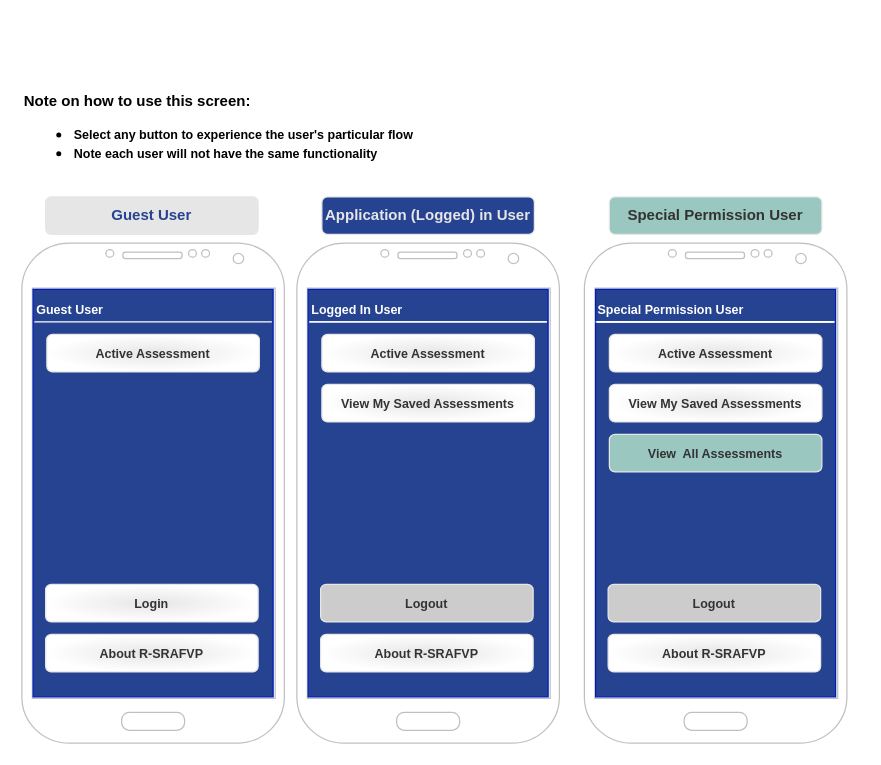
The draw.io diagram page "Main Screen" (2 of 15) of doc/models/rsrafvp ui wireframe.drawio in hedlichk/rsrafvp-app, before the edit. Source tidied: cells renumbered, new cells numbered last; positions are measured from the earlier drawing's top-left corner, leaving out a move shared by most shapes. Both pictures are drawn from the tidied source at 125%, with x=0, y=0 at pixel (21, 84).
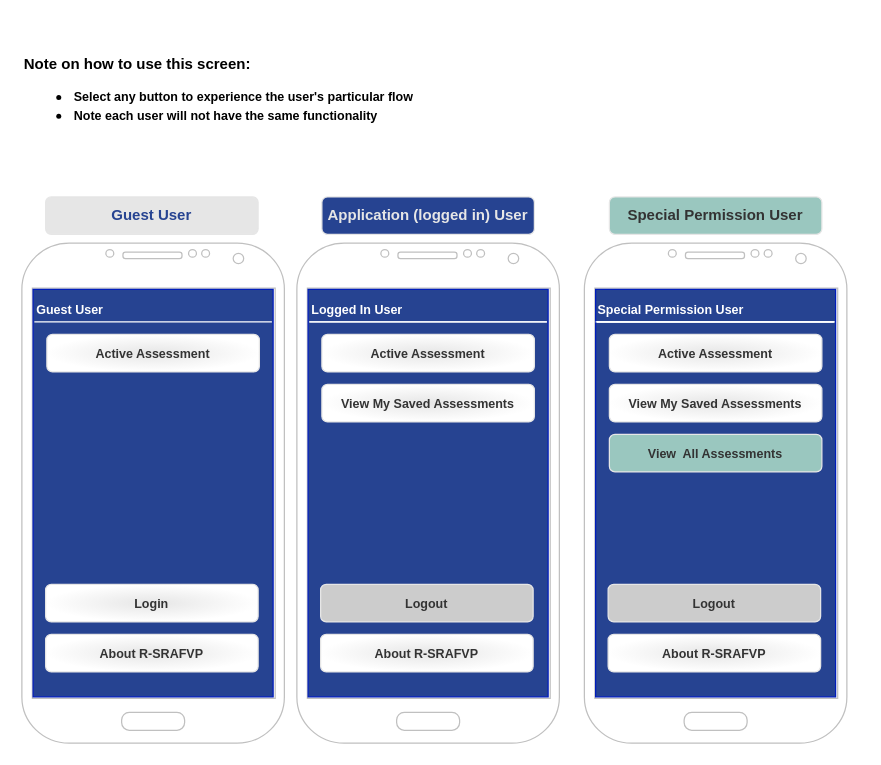
Above is the later version.

The edit, as a diff of the source:
```diff
@@
-    <mxCell id="15" value="Application (Logged) in User" style="rounded=1;html=1;shadow=0;dashed=0;whiteSpace=wrap;fontSize=12;fillColor=#264391;align=center;strokeColor=#E6E6E6;fontColor=#E6E6E6;fontStyle=1;" parent="1" vertex="1">
+    <mxCell id="15" value="Application (logged in) User" style="rounded=1;html=1;shadow=0;dashed=0;whiteSpace=wrap;fontSize=12;fillColor=#264391;align=center;strokeColor=#E6E6E6;fontColor=#E6E6E6;fontStyle=1;" parent="1" vertex="1">
       <mxGeometry x="240" y="90" width="170" height="30" as="geometry" />
     </mxCell>
@@
     <mxCell id="35" value="&lt;b&gt;&lt;font style=&quot;font-size: 12px&quot;&gt;Note on how to use this screen:&lt;br&gt;&lt;ul&gt;&lt;li&gt;&lt;span style=&quot;font-size: 10px&quot;&gt;Select any button to experience the user's particular flow&lt;/span&gt;&lt;/li&gt;&lt;li&gt;&lt;span style=&quot;font-size: 10px&quot;&gt;Note each user will not have the same functionality&lt;/span&gt;&lt;/li&gt;&lt;/ul&gt;&lt;/font&gt;&lt;/b&gt;" style="text;html=1;strokeColor=none;fillColor=none;align=left;verticalAlign=middle;whiteSpace=wrap;rounded=0;" parent="1" vertex="1">
-      <mxGeometry width="660" height="80" as="geometry" />
+      <mxGeometry y="-50" width="660" height="120" as="geometry" />
     </mxCell>
```
